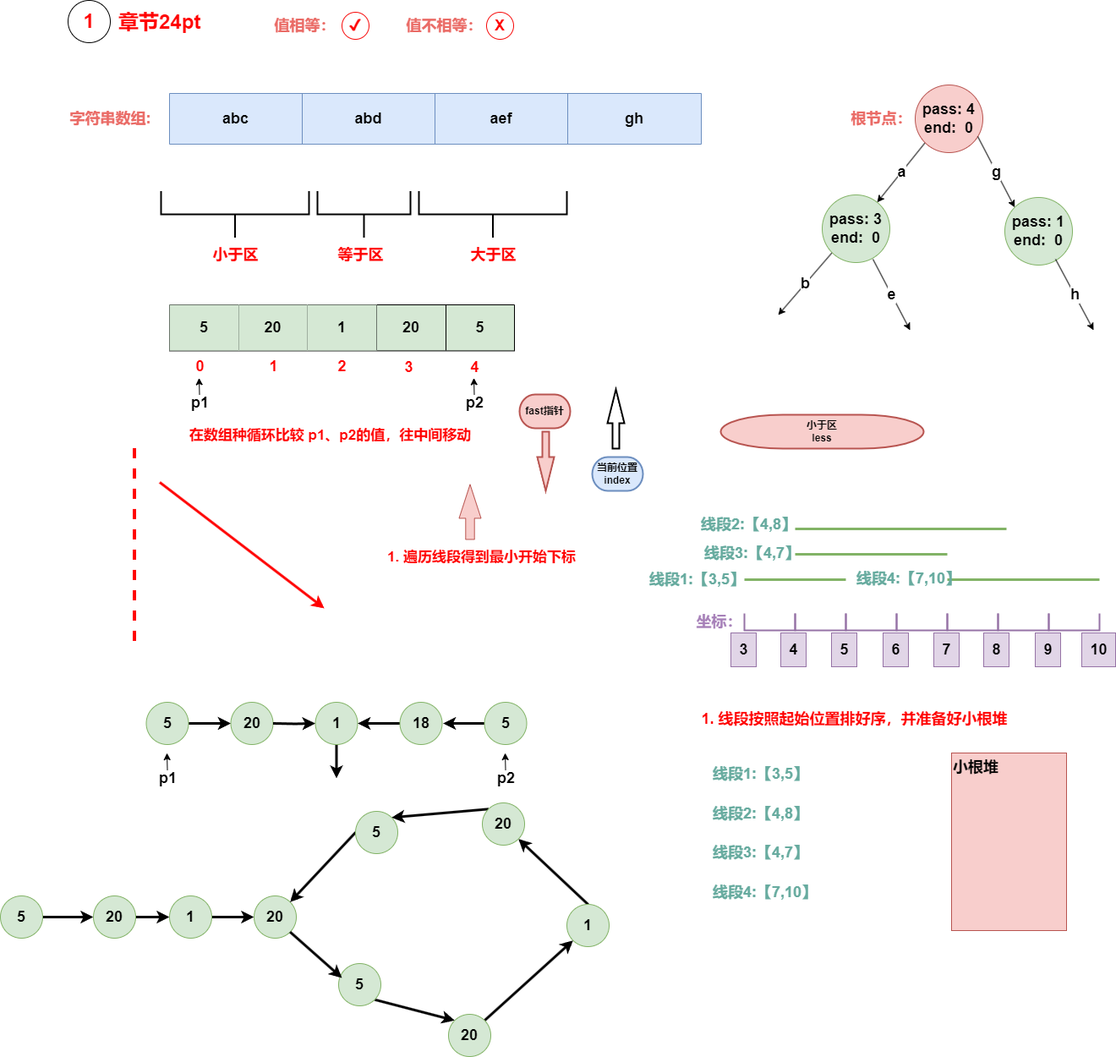
Before: algrithem/style_composite.drawio.png, a diagram exported from draw.io (muxicode/c153080686). Source tidied: cells renumbered, new cells last; positions are measured from the earlier drawing's top-left corner, leaving out a move shared by most shapes.
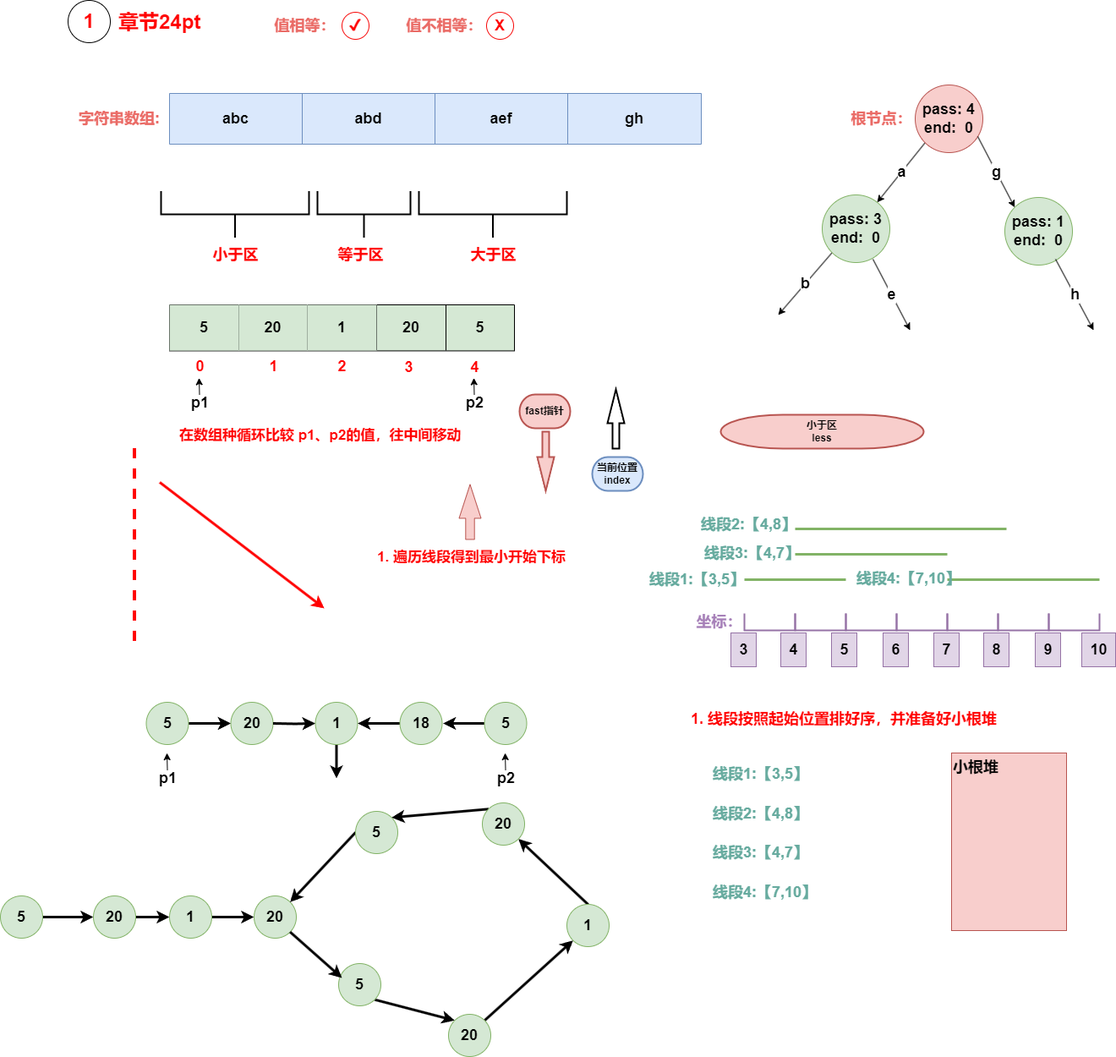
The same diagram one commit later.

The edit, as a diff of the source:
```diff
@@ -20,7 +20,7 @@
     <mxCell id="7" value="&lt;span style=&quot;font-size: 18px;&quot;&gt;&lt;b&gt;gh&lt;/b&gt;&lt;/span&gt;" style="shape=partialRectangle;html=1;whiteSpace=wrap;strokeColor=inherit;overflow=hidden;fillColor=none;top=0;left=0;bottom=0;right=0;" parent="3" vertex="1">
       <mxGeometry x="471" width="158" height="60" as="geometry" />
     </mxCell>
-    <mxCell id="8" value="&lt;font color=&quot;#ea6b66&quot; style=&quot;font-size: 18px;&quot;&gt;&lt;b style=&quot;font-size: 18px;&quot;&gt;字符串数组:&lt;/b&gt;&lt;/font&gt;" style="text;html=1;align=center;verticalAlign=middle;strokeColor=none;fillColor=none;fontSize=18;" parent="1" vertex="1">
+    <mxCell id="8" value="&lt;font color=&quot;#ea6b66&quot; style=&quot;font-size: 18px;&quot;&gt;&lt;b style=&quot;font-size: 18px;&quot;&gt;字符串数组:&lt;/b&gt;&lt;/font&gt;" style="text;html=1;align=right;verticalAlign=middle;strokeColor=none;fillColor=none;fontSize=18;" parent="1" vertex="1">
       <mxGeometry x="70" y="120" width="120" height="40" as="geometry" />
     </mxCell>
     <mxCell id="9" value="&lt;font style=&quot;font-size: 18px;&quot;&gt;&lt;b style=&quot;font-size: 18px;&quot;&gt;a&lt;/b&gt;&lt;/font&gt;" style="rounded=0;jettySize=auto;html=1;exitX=0;exitY=1;exitDx=0;exitDy=0;fontSize=18;" parent="1" edge="1" source="10" target="12">
@@ -186,13 +186,13 @@
     <mxCell id="55" value="&lt;font color=&quot;#67ab9f&quot; style=&quot;font-size: 18px;&quot;&gt;线段4:【7,10】&lt;/font&gt;" style="text;html=1;align=center;verticalAlign=middle;strokeColor=none;fillColor=none;fontSize=18;fontStyle=1;" parent="1" vertex="1">
       <mxGeometry x="829" y="1035" width="150" height="40" as="geometry" />
     </mxCell>
-    <mxCell id="56" value="&lt;font color=&quot;#ff0000&quot; style=&quot;font-size: 18px;&quot;&gt;1. 线段按照起始位置排好序，并准备好小根堆&lt;/font&gt;" style="text;html=1;align=center;verticalAlign=middle;strokeColor=none;fillColor=none;fontStyle=1;fontSize=18;" parent="1" vertex="1">
+    <mxCell id="56" value="&lt;font color=&quot;#ff0000&quot; style=&quot;font-size: 18px;&quot;&gt;1. 线段按照起始位置排好序，并准备好小根堆&lt;/font&gt;" style="text;html=1;align=left;verticalAlign=middle;strokeColor=none;fillColor=none;fontStyle=1;fontSize=18;" parent="1" vertex="1">
       <mxGeometry x="815" y="830" width="390" height="40" as="geometry" />
     </mxCell>
     <mxCell id="57" style="html=1;shadow=0;dashed=0;align=center;verticalAlign=middle;shape=mxgraph.arrows2.arrow;dy=0.6;dx=40;direction=north;notch=0;fillColor=#f8cecc;strokeColor=#b85450;fontSize=17;" parent="1" vertex="1">
       <mxGeometry x="542.5" y="572.4" width="26" height="65" as="geometry" />
     </mxCell>
-    <mxCell id="58" value="&lt;font color=&quot;#ff0000&quot; style=&quot;font-size: 17px;&quot;&gt;1. 遍历线段得到最小开始下标&lt;/font&gt;" style="text;html=1;align=center;verticalAlign=middle;strokeColor=none;fillColor=none;fontColor=#EA6B66;fontStyle=1;fontSize=17;" parent="1" vertex="1">
+    <mxCell id="58" value="&lt;font color=&quot;#ff0000&quot; style=&quot;font-size: 17px;&quot;&gt;1. 遍历线段得到最小开始下标&lt;/font&gt;" style="text;html=1;align=left;verticalAlign=middle;strokeColor=none;fillColor=none;fontColor=#EA6B66;fontStyle=1;fontSize=17;" parent="1" vertex="1">
       <mxGeometry x="443.5" y="644.4" width="250" height="30" as="geometry" />
     </mxCell>
     <mxCell id="59" style="endArrow=none;dashed=1;html=1;strokeWidth=4;rounded=0;strokeColor=#FF0000;fontSize=17;" parent="1" edge="1">
@@ -279,7 +279,7 @@
         <mxPoint x="560" y="446.4" as="targetPoint" />
       </mxGeometry>
     </mxCell>
-    <mxCell id="83" value="&lt;font color=&quot;#ff0000&quot; style=&quot;font-size: 17px;&quot;&gt;在数组种循环比较 p1、p2的值，往中间移动&lt;/font&gt;" style="text;html=1;align=center;verticalAlign=middle;strokeColor=none;fillColor=none;fontStyle=1;fontSize=17;" parent="1" vertex="1">
+    <mxCell id="83" value="&lt;font color=&quot;#ff0000&quot; style=&quot;font-size: 17px;&quot;&gt;在数组种循环比较 p1、p2的值，往中间移动&lt;/font&gt;" style="text;html=1;align=left;verticalAlign=middle;strokeColor=none;fillColor=none;fontStyle=1;fontSize=17;" parent="1" vertex="1">
       <mxGeometry x="210" y="500" width="360" height="30" as="geometry" />
     </mxCell>
     <mxCell id="84" style="edgeStyle=orthogonalEdgeStyle;rounded=0;jettySize=auto;html=1;exitX=1;exitY=0.5;exitDx=0;exitDy=0;entryX=0;entryY=0.5;entryDx=0;entryDy=0;strokeWidth=3;" parent="1" edge="1" source="85" target="86">
```
